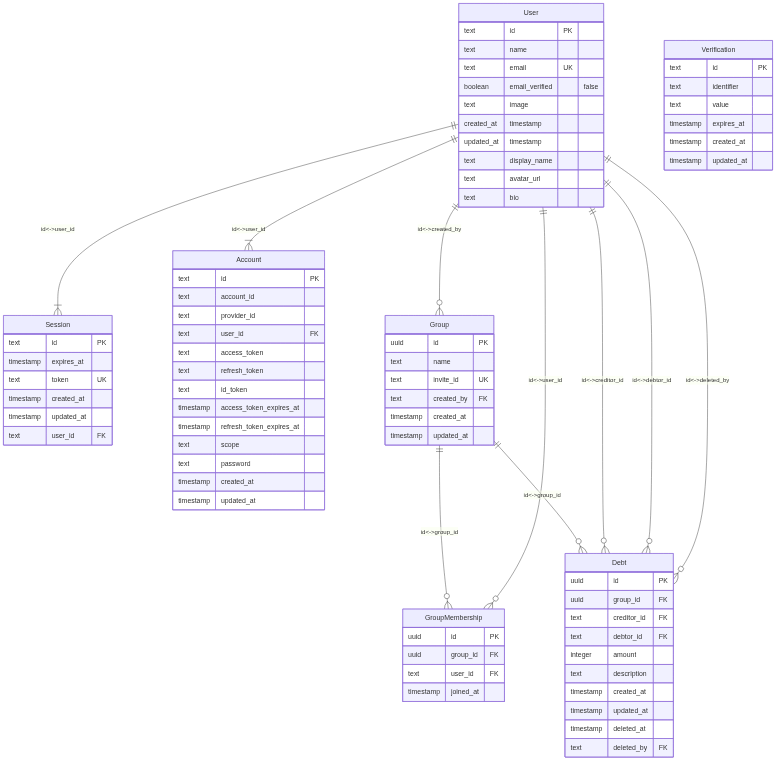
Pay-Crew/pay-crew2 keeps this Mermaid diagram as assets/er.png. Above is the earlier version. Its source is kept beside it as assets/er.mmd.
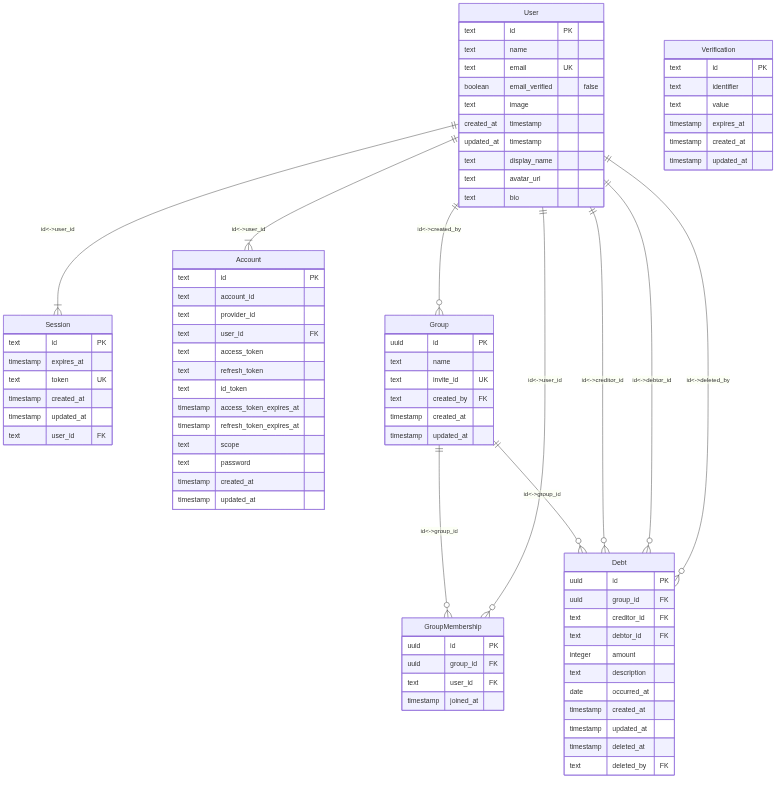
The same diagram one commit later.

What changed in the source:
```diff
@@ -70,6 +70,7 @@
         text debtor_id FK
         integer amount
         text description
+        date occurred_at
         timestamp created_at
         timestamp updated_at
         timestamp deleted_at
```
